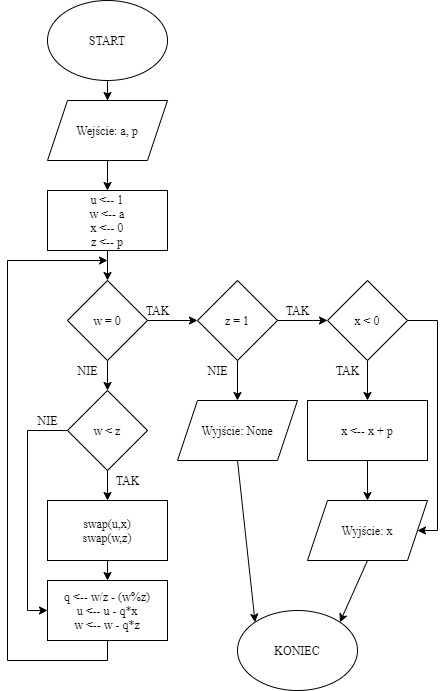
The draw.io diagram doc/img/alg 8.png in Zespol-1/Projekt, before a commit. Source tidied: cells renumbered, new cells last; positions are measured from the earlier drawing's top-left corner, leaving out a move shared by most shapes.
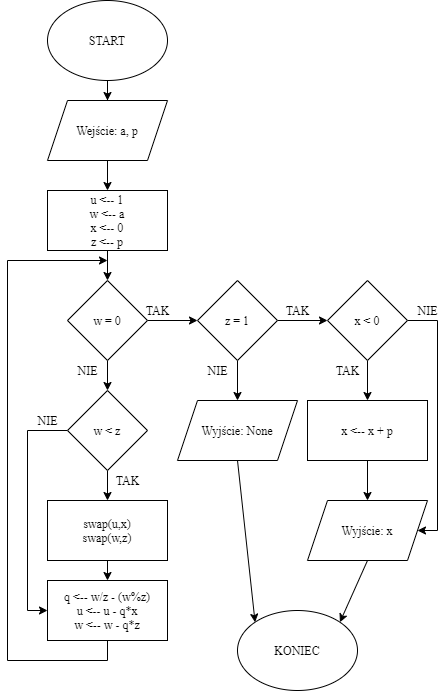
After the commit.

The edit, as a diff of the source:
```diff
@@ -127,5 +127,8 @@
     <mxCell id="37" style="endArrow=classic;html=1;exitX=0.5;exitY=1;exitDx=0;exitDy=0;entryX=1;entryY=0;entryDx=0;entryDy=0;" parent="1" edge="1" source="34" target="35">
       <mxGeometry relative="1" as="geometry" />
     </mxCell>
+    <mxCell id="38" value="NIE" style="text;html=1;align=center;verticalAlign=middle;strokeColor=none;fontFamily=Times New Roman;" parent="1" vertex="1">
+      <mxGeometry x="400" y="300" width="40" height="20" as="geometry" />
+    </mxCell>
   </root>
 </mxGraphModel>
```
